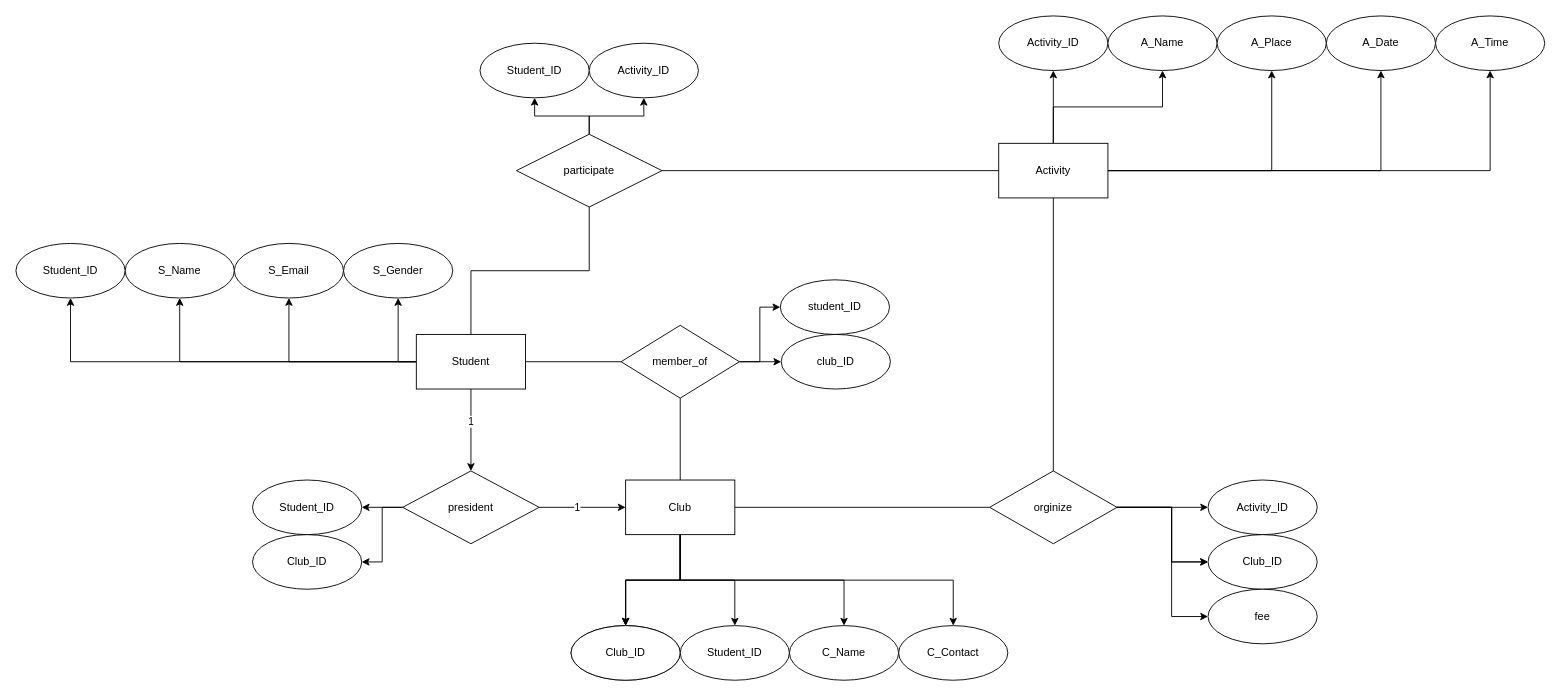
Above: page "Page-3" (3 of 4) of Untitled Diagram.drawio in yumilor/yumilor (draw.io), before the change. Source tidied: cells renumbered, new cells numbered last; positions are measured from the earlier drawing's top-left corner, leaving out a move shared by most shapes. Both pictures are drawn from the tidied source at 91%, with x=0, y=0 at pixel (15, 15).
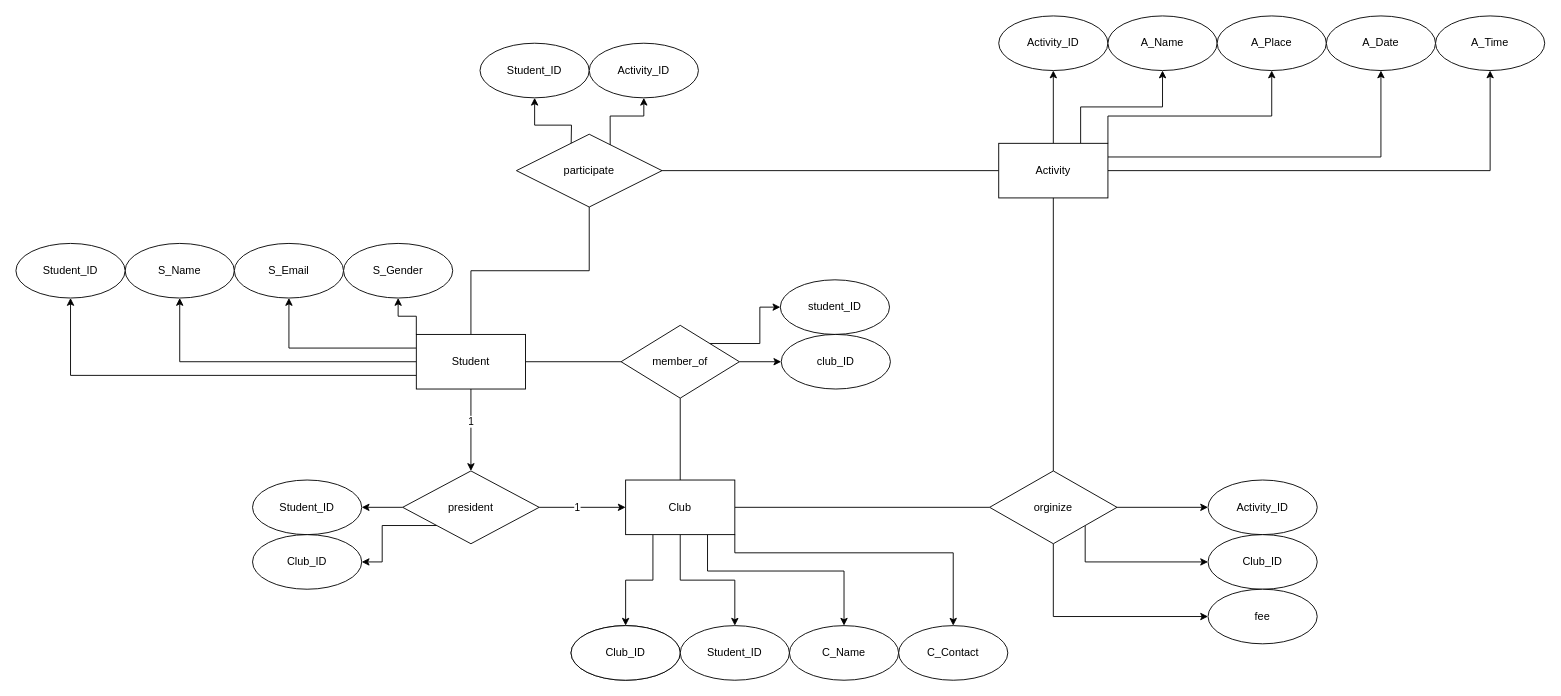
The same page after the edit.

The change refers to these unchanged cells:
```xml
<mxCell id="10" value="Student" style="rounded=0;whiteSpace=wrap;html=1;" parent="1" vertex="1">
  <mxGeometry x="440" y="350" width="120" height="60" as="geometry" />
</mxCell>
<mxCell id="12" value="Student_ID" style="ellipse;whiteSpace=wrap;html=1;rounded=0;" parent="1" vertex="1">
  <mxGeometry y="250" width="120" height="60" as="geometry" />
</mxCell>
<mxCell id="13" value="S_Email" style="ellipse;whiteSpace=wrap;html=1;rounded=0;" parent="1" vertex="1">
  <mxGeometry x="240" y="250" width="120" height="60" as="geometry" />
</mxCell>
<mxCell id="14" value="S_Gender" style="ellipse;whiteSpace=wrap;html=1;rounded=0;" parent="1" vertex="1">
  <mxGeometry x="360" y="250" width="120" height="60" as="geometry" />
</mxCell>
<mxCell id="19" value="president" style="rhombus;whiteSpace=wrap;html=1;" parent="1" vertex="1">
  <mxGeometry x="425" y="500" width="150" height="80" as="geometry" />
</mxCell>
<mxCell id="21" value="Club_ID" style="ellipse;whiteSpace=wrap;html=1;" parent="1" vertex="1">
  <mxGeometry x="260" y="570" width="120" height="60" as="geometry" />
</mxCell>
<mxCell id="29" value="Club" style="whiteSpace=wrap;html=1;" parent="1" vertex="1">
  <mxGeometry x="670" y="510" width="120" height="60" as="geometry" />
</mxCell>
<mxCell id="30" style="ellipse;whiteSpace=wrap;html=1;" parent="1" vertex="1">
  <mxGeometry x="610" y="670" width="120" height="60" as="geometry" />
</mxCell>
<mxCell id="31" value="Club_ID" style="ellipse;whiteSpace=wrap;html=1;" parent="1" vertex="1">
  <mxGeometry x="610" y="670" width="120" height="60" as="geometry" />
</mxCell>
<mxCell id="33" value="C_Name" style="ellipse;whiteSpace=wrap;html=1;" parent="1" vertex="1">
  <mxGeometry x="850" y="670" width="120" height="60" as="geometry" />
</mxCell>
<mxCell id="34" value="C_Contact" style="ellipse;whiteSpace=wrap;html=1;" parent="1" vertex="1">
  <mxGeometry x="970" y="670" width="120" height="60" as="geometry" />
</mxCell>
<mxCell id="38" value="member_of" style="rhombus;whiteSpace=wrap;html=1;rounded=0;" parent="1" vertex="1">
  <mxGeometry x="665" y="340" width="130" height="80" as="geometry" />
</mxCell>
<mxCell id="39" value="student_ID" style="ellipse;whiteSpace=wrap;html=1;rounded=0;" parent="1" vertex="1">
  <mxGeometry x="840" y="290" width="120" height="60" as="geometry" />
</mxCell>
<mxCell id="44" value="participate" style="rhombus;whiteSpace=wrap;html=1;rounded=0;" parent="1" vertex="1">
  <mxGeometry x="550" y="130" width="160" height="80" as="geometry" />
</mxCell>
<mxCell id="45" value="Student_ID" style="ellipse;whiteSpace=wrap;html=1;rounded=0;" parent="1" vertex="1">
  <mxGeometry x="510" y="30" width="120" height="60" as="geometry" />
</mxCell>
<mxCell id="46" value="Activity_ID" style="ellipse;whiteSpace=wrap;html=1;rounded=0;" parent="1" vertex="1">
  <mxGeometry x="630" y="30" width="120" height="60" as="geometry" />
</mxCell>
<mxCell id="52" value="Activity" style="whiteSpace=wrap;html=1;rounded=0;" parent="1" vertex="1">
  <mxGeometry x="1080" y="140" width="120" height="60" as="geometry" />
</mxCell>
<mxCell id="58" value="orginize" style="rhombus;whiteSpace=wrap;html=1;" parent="1" vertex="1">
  <mxGeometry x="1070" y="500" width="140" height="80" as="geometry" />
</mxCell>
<mxCell id="60" value="Club_ID" style="ellipse;whiteSpace=wrap;html=1;" parent="1" vertex="1">
  <mxGeometry x="1310" y="570" width="120" height="60" as="geometry" />
</mxCell>
<mxCell id="61" value="fee" style="ellipse;whiteSpace=wrap;html=1;" parent="1" vertex="1">
  <mxGeometry x="1310" y="630" width="120" height="60" as="geometry" />
</mxCell>
<mxCell id="63" value="A_Name" style="ellipse;whiteSpace=wrap;html=1;rounded=0;" parent="1" vertex="1">
  <mxGeometry x="1200" width="120" height="60" as="geometry" />
</mxCell>
<mxCell id="64" value="A_Place" style="ellipse;whiteSpace=wrap;html=1;rounded=0;" parent="1" vertex="1">
  <mxGeometry x="1320" width="120" height="60" as="geometry" />
</mxCell>
<mxCell id="65" value="A_Date" style="ellipse;whiteSpace=wrap;html=1;rounded=0;" parent="1" vertex="1">
  <mxGeometry x="1440" width="120" height="60" as="geometry" />
</mxCell>
```

Diff of the diagram source:
```diff
@@
-    <mxCell id="3" style="edgeStyle=orthogonalEdgeStyle;rounded=0;jettySize=auto;html=1;" parent="1" edge="1" source="10" target="12">
+    <mxCell id="3" style="edgeStyle=orthogonalEdgeStyle;rounded=0;jettySize=auto;html=1;exitX=0;exitY=0.75;exitDx=0;exitDy=0;" parent="1" edge="1" source="10" target="12">
       <mxGeometry relative="1" as="geometry" />
     </mxCell>
-    <mxCell id="4" style="edgeStyle=orthogonalEdgeStyle;rounded=0;jettySize=auto;html=1;" parent="1" edge="1" source="10" target="13">
+    <mxCell id="4" style="edgeStyle=orthogonalEdgeStyle;rounded=0;jettySize=auto;html=1;exitX=0;exitY=0.25;exitDx=0;exitDy=0;" parent="1" edge="1" source="10" target="13">
       <mxGeometry relative="1" as="geometry" />
     </mxCell>
-    <mxCell id="5" style="edgeStyle=orthogonalEdgeStyle;rounded=0;jettySize=auto;html=1;exitX=0;exitY=0.5;exitDx=0;exitDy=0;" parent="1" edge="1" source="10" target="14">
+    <mxCell id="5" style="edgeStyle=orthogonalEdgeStyle;rounded=0;jettySize=auto;html=1;exitX=0;exitY=0;exitDx=0;exitDy=0;" parent="1" edge="1" source="10" target="14">
       <mxGeometry relative="1" as="geometry" />
     </mxCell>
@@
-    <mxCell id="16" style="edgeStyle=orthogonalEdgeStyle;rounded=0;jettySize=auto;html=1;" parent="1" edge="1" source="19" target="21">
+    <mxCell id="16" style="edgeStyle=orthogonalEdgeStyle;rounded=0;jettySize=auto;html=1;exitX=0;exitY=1;exitDx=0;exitDy=0;" parent="1" edge="1" source="19" target="21">
       <mxGeometry relative="1" as="geometry" />
     </mxCell>
@@
-    <mxCell id="22" style="edgeStyle=orthogonalEdgeStyle;rounded=0;jettySize=auto;html=1;" parent="1" edge="1" source="29" target="30">
-      <mxGeometry relative="1" as="geometry" />
-    </mxCell>
-    <mxCell id="23" style="edgeStyle=orthogonalEdgeStyle;rounded=0;jettySize=auto;html=1;" parent="1" edge="1" source="29" target="30">
-      <mxGeometry relative="1" as="geometry" />
-    </mxCell>
-    <mxCell id="24" style="edgeStyle=orthogonalEdgeStyle;rounded=0;jettySize=auto;html=1;" parent="1" edge="1" source="29" target="31">
+    <mxCell id="24" style="edgeStyle=orthogonalEdgeStyle;rounded=0;jettySize=auto;html=1;exitX=0.25;exitY=1;exitDx=0;exitDy=0;" parent="1" edge="1" source="29" target="31">
       <mxGeometry relative="1" as="geometry" />
     </mxCell>
@@
-    <mxCell id="26" style="edgeStyle=orthogonalEdgeStyle;rounded=0;jettySize=auto;html=1;entryX=0.5;entryY=0;entryDx=0;entryDy=0;endArrow=classic;endFill=1;" parent="1" edge="1" source="29" target="33">
+    <mxCell id="26" style="edgeStyle=orthogonalEdgeStyle;rounded=0;jettySize=auto;html=1;entryX=0.5;entryY=0;entryDx=0;entryDy=0;endArrow=classic;endFill=1;exitX=0.75;exitY=1;exitDx=0;exitDy=0;" parent="1" edge="1" source="29" target="33">
       <mxGeometry relative="1" as="geometry">
         <Array as="points">
-          <mxPoint x="730" y="620" />
-          <mxPoint x="910" y="620" />
+          <mxPoint x="760" y="610" />
+          <mxPoint x="910" y="610" />
         </Array>
       </mxGeometry>
     </mxCell>
-    <mxCell id="27" style="edgeStyle=orthogonalEdgeStyle;rounded=0;jettySize=auto;html=1;entryX=0.5;entryY=0;entryDx=0;entryDy=0;endArrow=classic;endFill=1;" parent="1" edge="1" source="29" target="34">
+    <mxCell id="27" style="edgeStyle=orthogonalEdgeStyle;rounded=0;jettySize=auto;html=1;entryX=0.5;entryY=0;entryDx=0;entryDy=0;endArrow=classic;endFill=1;exitX=1;exitY=1;exitDx=0;exitDy=0;" parent="1" edge="1" source="29" target="34">
       <mxGeometry relative="1" as="geometry">
         <Array as="points">
-          <mxPoint x="730" y="620" />
-          <mxPoint x="1030" y="620" />
+          <mxPoint x="790" y="590" />
+          <mxPoint x="1030" y="590" />
         </Array>
       </mxGeometry>
     </mxCell>
@@
-    <mxCell id="36" style="edgeStyle=orthogonalEdgeStyle;rounded=0;jettySize=auto;html=1;endArrow=classic;endFill=1;" parent="1" edge="1" source="38" target="39">
+    <mxCell id="36" style="edgeStyle=orthogonalEdgeStyle;rounded=0;jettySize=auto;html=1;endArrow=classic;endFill=1;exitX=1;exitY=0;exitDx=0;exitDy=0;" parent="1" edge="1" source="38" target="39">
       <mxGeometry relative="1" as="geometry" />
     </mxCell>
@@
-    <mxCell id="41" style="edgeStyle=orthogonalEdgeStyle;rounded=0;jettySize=auto;html=1;endArrow=classic;endFill=1;" parent="1" edge="1" source="44" target="45">
-      <mxGeometry relative="1" as="geometry" />
+    <mxCell id="41" style="edgeStyle=orthogonalEdgeStyle;rounded=0;jettySize=auto;html=1;endArrow=classic;endFill=1;" parent="1" edge="1" target="45">
+      <mxGeometry relative="1" as="geometry">
+        <mxPoint x="610" y="150" as="sourcePoint" />
+      </mxGeometry>
     </mxCell>
-    <mxCell id="42" style="edgeStyle=orthogonalEdgeStyle;rounded=0;jettySize=auto;html=1;endArrow=classic;endFill=1;" parent="1" edge="1" source="44" target="46">
+    <mxCell id="42" style="edgeStyle=orthogonalEdgeStyle;rounded=0;jettySize=auto;html=1;endArrow=classic;endFill=1;exitX=0.644;exitY=0.183;exitDx=0;exitDy=0;exitPerimeter=0;" parent="1" edge="1" source="44" target="46">
       <mxGeometry relative="1" as="geometry" />
     </mxCell>
@@
-    <mxCell id="48" style="edgeStyle=orthogonalEdgeStyle;rounded=0;jettySize=auto;html=1;endArrow=classic;endFill=1;" parent="1" edge="1" source="52" target="63">
+    <mxCell id="48" style="edgeStyle=orthogonalEdgeStyle;rounded=0;jettySize=auto;html=1;endArrow=classic;endFill=1;exitX=0.75;exitY=0;exitDx=0;exitDy=0;" parent="1" edge="1" source="52" target="63">
       <mxGeometry relative="1" as="geometry" />
     </mxCell>
-    <mxCell id="49" style="edgeStyle=orthogonalEdgeStyle;rounded=0;jettySize=auto;html=1;endArrow=classic;endFill=1;" parent="1" edge="1" source="52" target="64">
-      <mxGeometry relative="1" as="geometry" />
+    <mxCell id="49" style="edgeStyle=orthogonalEdgeStyle;rounded=0;jettySize=auto;html=1;endArrow=classic;endFill=1;exitX=1;exitY=0;exitDx=0;exitDy=0;" parent="1" edge="1" source="52" target="64">
+      <mxGeometry relative="1" as="geometry">
+        <Array as="points">
+          <mxPoint x="1200" y="110" />
+          <mxPoint x="1380" y="110" />
+        </Array>
+      </mxGeometry>
     </mxCell>
-    <mxCell id="50" style="edgeStyle=orthogonalEdgeStyle;rounded=0;jettySize=auto;html=1;endArrow=classic;endFill=1;" parent="1" edge="1" source="52" target="65">
+    <mxCell id="50" style="edgeStyle=orthogonalEdgeStyle;rounded=0;jettySize=auto;html=1;endArrow=classic;endFill=1;exitX=1;exitY=0.25;exitDx=0;exitDy=0;" parent="1" edge="1" source="52" target="65">
       <mxGeometry relative="1" as="geometry" />
     </mxCell>
@@
-    <mxCell id="54" style="edgeStyle=orthogonalEdgeStyle;rounded=0;jettySize=auto;html=1;endArrow=classic;endFill=1;" parent="1" edge="1" source="58" target="60">
-      <mxGeometry relative="1" as="geometry">
-        <Array as="points">
-          <mxPoint x="1270" y="540" />
-          <mxPoint x="1270" y="600" />
-        </Array>
-      </mxGeometry>
-    </mxCell>
-    <mxCell id="55" style="edgeStyle=orthogonalEdgeStyle;rounded=0;jettySize=auto;html=1;endArrow=classic;endFill=1;" parent="1" edge="1" source="58" target="60">
+    <mxCell id="55" style="edgeStyle=orthogonalEdgeStyle;rounded=0;jettySize=auto;html=1;endArrow=classic;endFill=1;exitX=1;exitY=1;exitDx=0;exitDy=0;" parent="1" edge="1" source="58" target="60">
       <mxGeometry relative="1" as="geometry">
         <Array as="points">
-          <mxPoint x="1270" y="540" />
-          <mxPoint x="1270" y="600" />
+          <mxPoint x="1175" y="600" />
         </Array>
       </mxGeometry>
     </mxCell>
-    <mxCell id="56" style="edgeStyle=orthogonalEdgeStyle;rounded=0;jettySize=auto;html=1;endArrow=classic;endFill=1;" parent="1" edge="1" source="58" target="61">
+    <mxCell id="56" style="edgeStyle=orthogonalEdgeStyle;rounded=0;jettySize=auto;html=1;endArrow=classic;endFill=1;exitX=0.5;exitY=1;exitDx=0;exitDy=0;" parent="1" edge="1" source="58" target="61">
       <mxGeometry relative="1" as="geometry">
         <Array as="points">
-          <mxPoint x="1270" y="540" />
-          <mxPoint x="1270" y="660" />
+          <mxPoint x="1140" y="660" />
         </Array>
       </mxGeometry>
     </mxCell>
```
